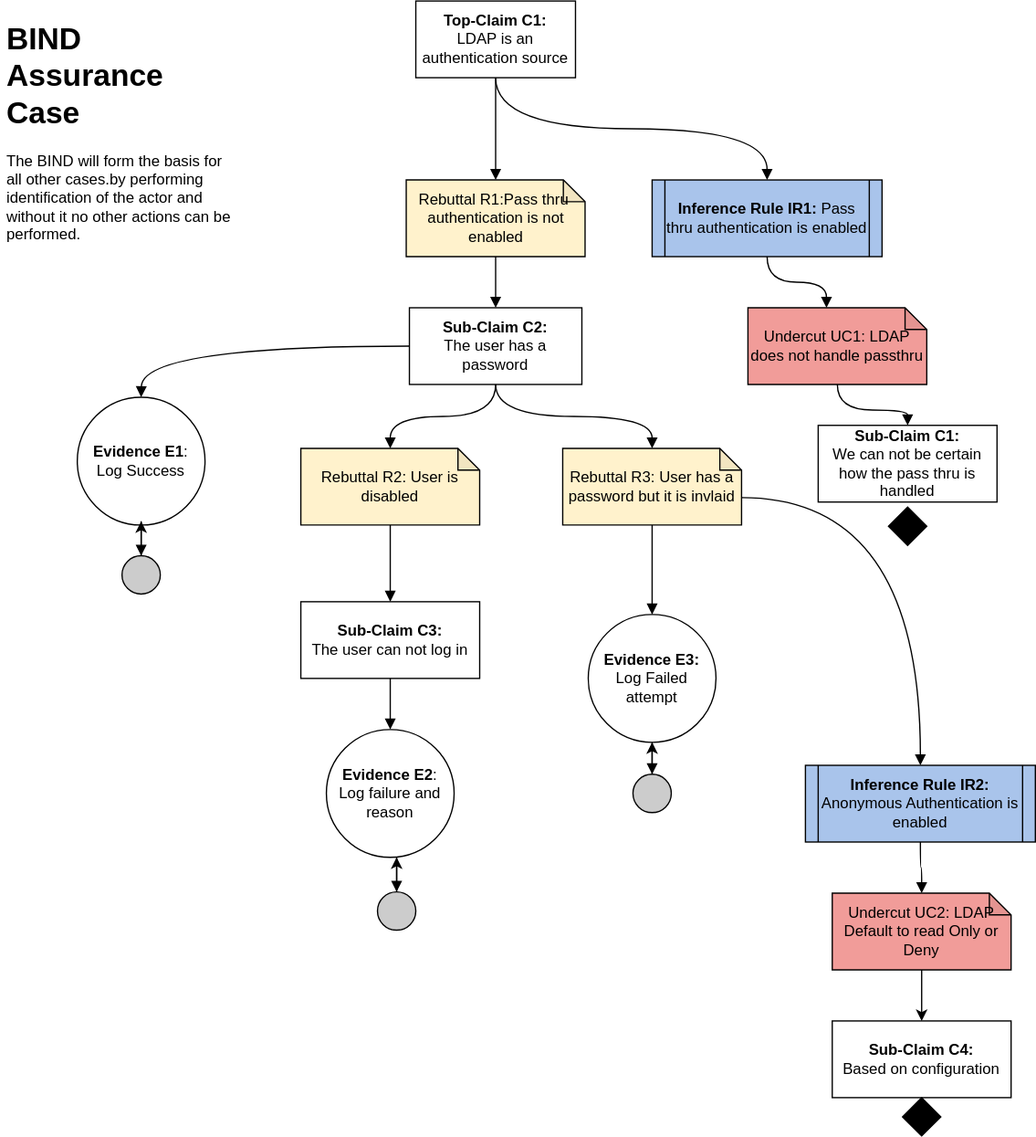
Above: images/BIND Assurance Case.svg in bartelsjoshuac/SAPG (draw.io), before the change. Source tidied: cells renumbered, new cells last; positions are measured from the earlier drawing's top-left corner, leaving out a move shared by most shapes.
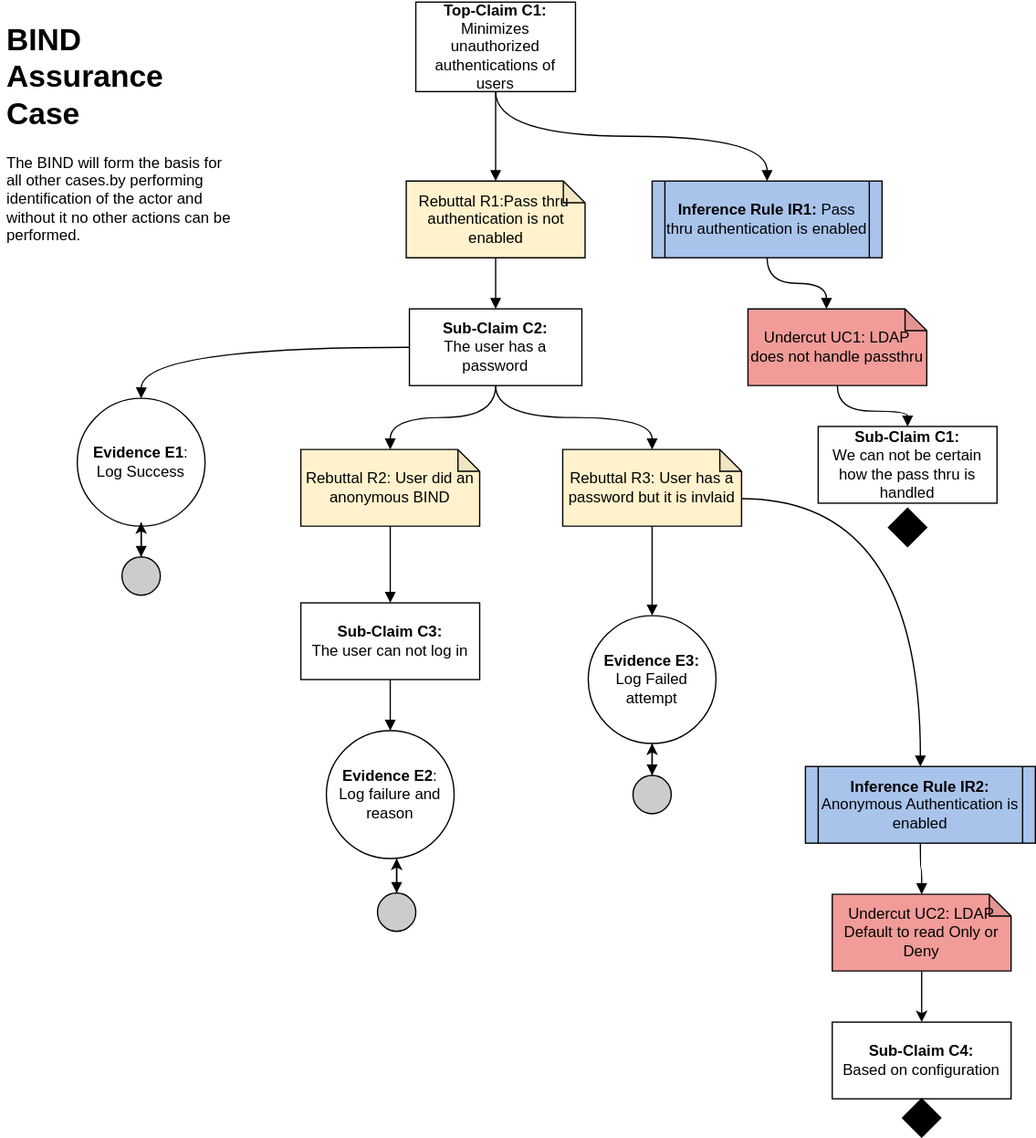
Above is the later version.

Change to the diagram source:
```diff
@@ -11,8 +11,8 @@
     <mxCell id="4" style="edgeStyle=orthogonalEdgeStyle;curved=1;rounded=0;jettySize=auto;html=1;exitX=0.5;exitY=1;exitDx=0;exitDy=0;endArrow=block;endFill=1;" parent="1" edge="1" source="5" target="23">
       <mxGeometry relative="1" as="geometry" />
     </mxCell>
-    <mxCell id="5" value="&lt;b&gt;Top-Claim C1:&lt;br&gt;&lt;/b&gt;LDAP is an authentication source" style="rounded=0;whiteSpace=wrap;html=1;" parent="1" vertex="1">
-      <mxGeometry x="325" width="125" height="60" as="geometry" />
+    <mxCell id="5" value="&lt;b&gt;Top-Claim C1:&lt;br&gt;&lt;/b&gt;Minimizes unauthorized authentications of users" style="rounded=0;whiteSpace=wrap;html=1;" parent="1" vertex="1">
+      <mxGeometry x="325" width="125" height="70" as="geometry" />
     </mxCell>
     <mxCell id="6" style="edgeStyle=orthogonalEdgeStyle;curved=1;rounded=0;jettySize=auto;html=1;endArrow=block;endFill=1;" parent="1" edge="1" source="7" target="10">
       <mxGeometry relative="1" as="geometry" />
@@ -32,7 +32,7 @@
     <mxCell id="11" style="edgeStyle=orthogonalEdgeStyle;curved=1;rounded=0;jettySize=auto;html=1;exitX=0.5;exitY=1;exitDx=0;exitDy=0;exitPerimeter=0;entryX=0.5;entryY=0;entryDx=0;entryDy=0;endArrow=block;endFill=1;" parent="1" edge="1" source="12" target="16">
       <mxGeometry relative="1" as="geometry" />
     </mxCell>
-    <mxCell id="12" value="Rebuttal R2: User is disabled" style="shape=note;whiteSpace=wrap;html=1;backgroundOutline=1;darkOpacity=0.05;size=17;fillColor=#FFF2CC;" parent="1" vertex="1">
+    <mxCell id="12" value="Rebuttal R2: User did an anonymous BIND" style="shape=note;whiteSpace=wrap;html=1;backgroundOutline=1;darkOpacity=0.05;size=17;fillColor=#FFF2CC;" parent="1" vertex="1">
       <mxGeometry x="235" y="350" width="140" height="60" as="geometry" />
     </mxCell>
     <mxCell id="13" style="edgeStyle=orthogonalEdgeStyle;curved=1;rounded=0;jettySize=auto;html=1;endArrow=block;endFill=1;entryX=0.5;entryY=0;entryDx=0;entryDy=0;" parent="1" edge="1" source="14" target="21">
```
